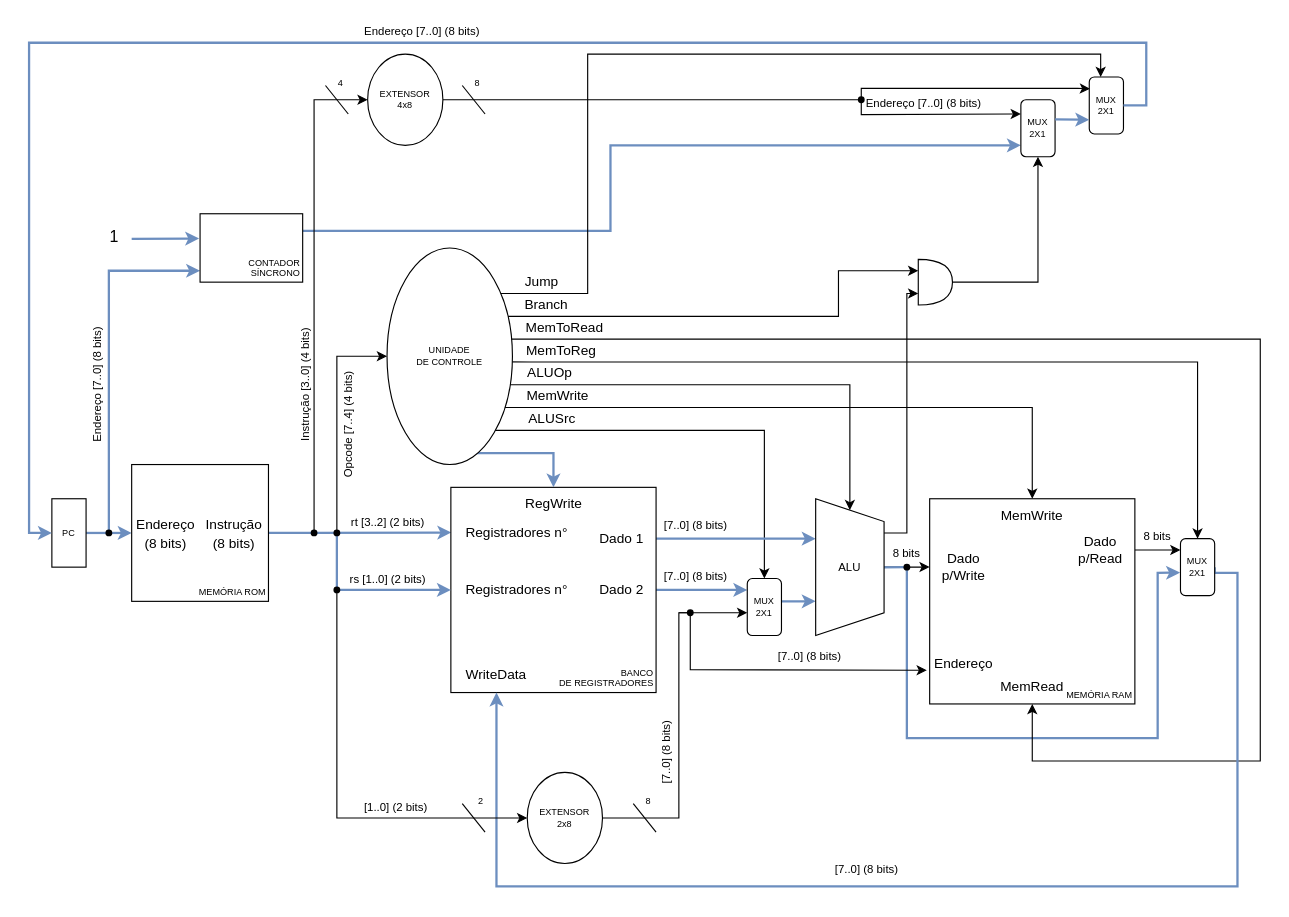
Before: datapath/Datapath_R_Type.drawio in DilliKel/AOC_Eduardo_Kelvin_UFRR_2022, a draw.io diagram. Source tidied: cells renumbered, new cells numbered last; positions are measured from the earlier drawing's top-left corner, leaving out a move shared by most shapes. Both pictures are drawn from the tidied source at 114%, with x=0, y=0 at pixel (28, 19).
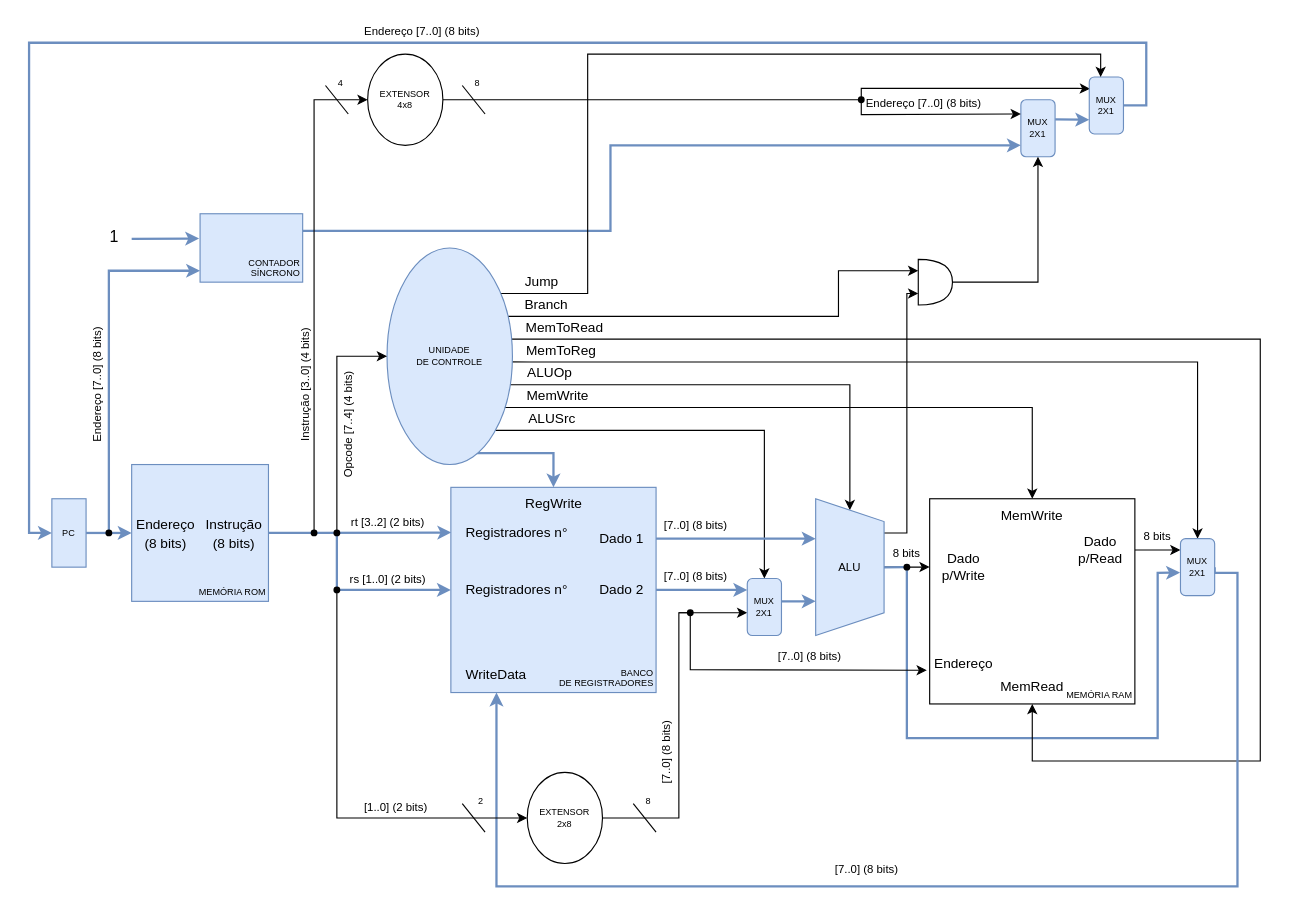
The same page after the edit.

Commit message (it also covers changes not shown here):
updating r type datapath

The edit, as a diff of the source:
```diff
@@
-    <mxCell id="19" value="PC" style="whiteSpace=wrap;html=1;fontSize=8;" parent="1" vertex="1">
+    <mxCell id="19" value="PC" style="whiteSpace=wrap;html=1;fontSize=8;fillColor=#dae8fc;strokeColor=#6c8ebf;" parent="1" vertex="1">
       <mxGeometry x="20" y="420" width="30" height="60" as="geometry" />
     </mxCell>
-    <mxCell id="20" value="MEMÓRIA ROM" style="whiteSpace=wrap;html=1;verticalAlign=bottom;fontSize=8;align=right;" parent="1" vertex="1">
+    <mxCell id="20" value="MEMÓRIA ROM" style="whiteSpace=wrap;html=1;verticalAlign=bottom;fontSize=8;align=right;fillColor=#dae8fc;strokeColor=#6c8ebf;" parent="1" vertex="1">
       <mxGeometry x="90" y="390" width="120" height="120" as="geometry" />
     </mxCell>
@@
-    <mxCell id="22" value="CONTADOR&lt;br style=&quot;font-size: 8px;&quot;&gt;SÍNCRONO" style="whiteSpace=wrap;html=1;verticalAlign=bottom;align=right;fontSize=8;" parent="1" vertex="1">
+    <mxCell id="22" value="CONTADOR&lt;br style=&quot;font-size: 8px;&quot;&gt;SÍNCRONO" style="whiteSpace=wrap;html=1;verticalAlign=bottom;align=right;fontSize=8;fillColor=#dae8fc;strokeColor=#6c8ebf;" parent="1" vertex="1">
       <mxGeometry x="150" y="170" width="90" height="60" as="geometry" />
     </mxCell>
@@
-    <mxCell id="26" value="BANCO&lt;br style=&quot;font-size: 8px;&quot;&gt;DE REGISTRADORES" style="whiteSpace=wrap;html=1;verticalAlign=bottom;align=right;fontSize=8;" parent="1" vertex="1">
+    <mxCell id="26" value="BANCO&lt;br style=&quot;font-size: 8px;&quot;&gt;DE REGISTRADORES" style="whiteSpace=wrap;html=1;verticalAlign=bottom;align=right;fontSize=8;fillColor=#dae8fc;strokeColor=#6c8ebf;" parent="1" vertex="1">
       <mxGeometry x="370" y="410" width="180" height="180" as="geometry" />
     </mxCell>
@@
-    <mxCell id="30" value="MUX&lt;br style=&quot;font-size: 8px;&quot;&gt;2X1" style="whiteSpace=wrap;html=1;rounded=1;fontSize=8;" parent="1" vertex="1">
+    <mxCell id="30" value="MUX&lt;br style=&quot;font-size: 8px;&quot;&gt;2X1" style="whiteSpace=wrap;html=1;rounded=1;fontSize=8;fillColor=#dae8fc;strokeColor=#6c8ebf;" parent="1" vertex="1">
       <mxGeometry x="930" y="50" width="30" height="50" as="geometry" />
     </mxCell>
-    <mxCell id="31" value="MUX&lt;br style=&quot;font-size: 8px;&quot;&gt;2X1" style="whiteSpace=wrap;html=1;rounded=1;fontSize=8;" parent="1" vertex="1">
+    <mxCell id="31" value="MUX&lt;br style=&quot;font-size: 8px;&quot;&gt;2X1" style="whiteSpace=wrap;html=1;rounded=1;fontSize=8;fillColor=#dae8fc;strokeColor=#6c8ebf;" parent="1" vertex="1">
       <mxGeometry x="870" y="70" width="30" height="50" as="geometry" />
     </mxCell>
@@
-    <mxCell id="45" value="UNIDADE&lt;br style=&quot;font-size: 8px;&quot;&gt;DE CONTROLE" style="ellipse;whiteSpace=wrap;html=1;fontSize=8;" parent="1" vertex="1">
+    <mxCell id="45" value="UNIDADE&lt;br style=&quot;font-size: 8px;&quot;&gt;DE CONTROLE" style="ellipse;whiteSpace=wrap;html=1;fontSize=8;fillColor=#dae8fc;strokeColor=#6c8ebf;" parent="1" vertex="1">
       <mxGeometry x="314" y="200" width="110" height="190" as="geometry" />
     </mxCell>
@@
-    <mxCell id="47" value="MUX&lt;br style=&quot;font-size: 8px;&quot;&gt;2X1" style="whiteSpace=wrap;html=1;rounded=1;fontSize=8;" parent="1" vertex="1">
+    <mxCell id="47" value="MUX&lt;br style=&quot;font-size: 8px;&quot;&gt;2X1" style="whiteSpace=wrap;html=1;rounded=1;fontSize=8;fillColor=#dae8fc;strokeColor=#6c8ebf;" parent="1" vertex="1">
       <mxGeometry x="1010" y="455" width="30" height="50" as="geometry" />
     </mxCell>
@@
-    <mxCell id="49" value="MUX&lt;br style=&quot;font-size: 8px;&quot;&gt;2X1" style="whiteSpace=wrap;html=1;rounded=1;fontSize=8;" parent="1" vertex="1">
+    <mxCell id="49" value="MUX&lt;br style=&quot;font-size: 8px;&quot;&gt;2X1" style="whiteSpace=wrap;html=1;rounded=1;fontSize=8;fillColor=#dae8fc;strokeColor=#6c8ebf;" parent="1" vertex="1">
       <mxGeometry x="630" y="490" width="30" height="50" as="geometry" />
     </mxCell>
@@
-    <mxCell id="103" value="ALU" style="shape=trapezoid;perimeter=trapezoidPerimeter;whiteSpace=wrap;html=1;fixedSize=1;rounded=0;fontSize=10;rotation=0;direction=south;" parent="1" vertex="1">
+    <mxCell id="103" value="ALU" style="shape=trapezoid;perimeter=trapezoidPerimeter;whiteSpace=wrap;html=1;fixedSize=1;rounded=0;fontSize=10;rotation=0;direction=south;fillColor=#dae8fc;strokeColor=#6c8ebf;" parent="1" vertex="1">
       <mxGeometry x="690" y="420" width="60" height="120" as="geometry" />
     </mxCell>
```
